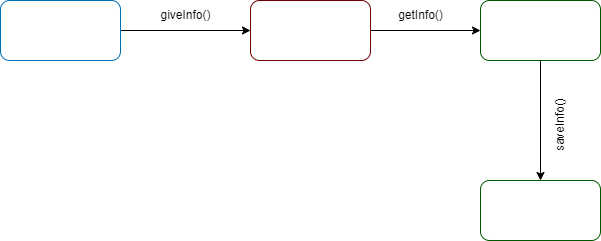
Above: UserCases/Collaboration Diagram Erli/CreateCommunity.png in Mateogjini14/Software_Design (draw.io), before the change. Source tidied: cells renumbered, new cells last; positions are measured from the earlier drawing's top-left corner, leaving out a move shared by most shapes.
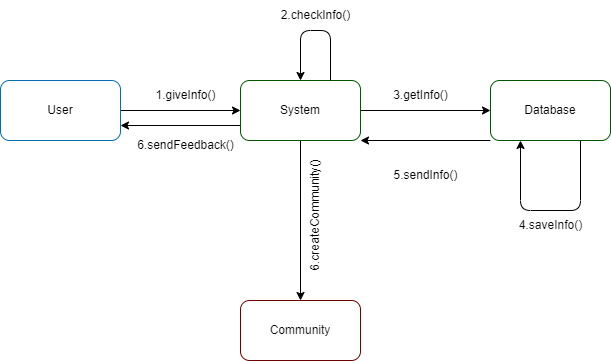
After the change.

Change to the diagram source:
```diff
@@ -2,35 +2,69 @@
   <root>
     <mxCell id="0" />
     <mxCell id="1" parent="0" />
-    <mxCell id="2" style="edgeStyle=none;html=1;exitX=1;exitY=0.5;exitDx=0;exitDy=0;entryX=0;entryY=0.5;entryDx=0;entryDy=0;" parent="1" edge="1" source="3" target="5">
-      <mxGeometry relative="1" as="geometry" />
-    </mxCell>
+    <mxCell id="12" style="edgeStyle=none;html=1;exitX=1;exitY=0.5;exitDx=0;exitDy=0;entryX=0;entryY=0.5;entryDx=0;entryDy=0;fontColor=#000000;" parent="1" edge="1" source="3" target="8">
+      <mxGeometry relative="1" as="geometry" />
+    </mxCell>
-    <mxCell id="3" value="User" style="rounded=1;whiteSpace=wrap;html=1;fillColor=none;fontColor=#ffffff;strokeColor=#006EAF;" parent="1" vertex="1">
-      <mxGeometry width="120" height="60" as="geometry" />
+    <mxCell id="3" value="&lt;font color=&quot;#000000&quot;&gt;User&lt;/font&gt;" style="rounded=1;whiteSpace=wrap;html=1;fillColor=none;fontColor=#ffffff;strokeColor=#006EAF;" parent="1" vertex="1">
+      <mxGeometry x="10" y="10" width="120" height="60" as="geometry" />
     </mxCell>
-    <mxCell id="4" style="edgeStyle=none;html=1;exitX=1;exitY=0.5;exitDx=0;exitDy=0;" parent="1" edge="1" source="5" target="8">
-      <mxGeometry relative="1" as="geometry" />
-    </mxCell>
-    <mxCell id="5" value="Community" style="rounded=1;whiteSpace=wrap;html=1;fillColor=none;fontColor=#ffffff;strokeColor=#6F0000;" parent="1" vertex="1">
-      <mxGeometry x="250" width="120" height="60" as="geometry" />
+    <mxCell id="5" value="&lt;font color=&quot;#0d0c0c&quot;&gt;Community&lt;/font&gt;" style="rounded=1;whiteSpace=wrap;html=1;fillColor=none;fontColor=#ffffff;strokeColor=#6F0000;" parent="1" vertex="1">
+      <mxGeometry x="250" y="230" width="120" height="60" as="geometry" />
     </mxCell>
-    <mxCell id="6" value="giveInfo()" style="text;html=1;align=center;verticalAlign=middle;strokeColor=none;fillColor=none;" parent="1" vertex="1">
-      <mxGeometry x="150" width="70" height="30" as="geometry" />
-    </mxCell>
+    <mxCell id="13" value="1.giveInfo()" style="text;html=1;align=center;verticalAlign=middle;strokeColor=none;fillColor=none;" parent="1" vertex="1">
+      <mxGeometry x="155" y="10" width="80" height="30" as="geometry" />
+    </mxCell>
-    <mxCell id="7" style="edgeStyle=none;html=1;exitX=0.5;exitY=1;exitDx=0;exitDy=0;entryX=0.5;entryY=0;entryDx=0;entryDy=0;" parent="1" edge="1" source="8" target="10">
+    <mxCell id="7" style="edgeStyle=none;html=1;exitX=1;exitY=0.5;exitDx=0;exitDy=0;entryX=0;entryY=0.5;entryDx=0;entryDy=0;fontColor=#000000;" parent="1" edge="1" source="8" target="10">
       <mxGeometry relative="1" as="geometry" />
     </mxCell>
+    <mxCell id="14" style="edgeStyle=none;html=1;exitX=0.5;exitY=1;exitDx=0;exitDy=0;entryX=0.5;entryY=0;entryDx=0;entryDy=0;fontColor=#000000;" parent="1" edge="1" source="8" target="5">
+      <mxGeometry relative="1" as="geometry" />
+    </mxCell>
+    <mxCell id="15" style="edgeStyle=none;html=1;exitX=0;exitY=0.75;exitDx=0;exitDy=0;entryX=1;entryY=0.75;entryDx=0;entryDy=0;fontColor=#000000;" parent="1" edge="1" source="8" target="3">
+      <mxGeometry relative="1" as="geometry" />
+    </mxCell>
-    <mxCell id="8" value="System" style="rounded=1;whiteSpace=wrap;html=1;fillColor=none;fontColor=#ffffff;strokeColor=#005700;" parent="1" vertex="1">
-      <mxGeometry x="480" width="120" height="60" as="geometry" />
+    <mxCell id="8" value="&lt;font color=&quot;#000000&quot;&gt;System&lt;/font&gt;" style="rounded=1;whiteSpace=wrap;html=1;fillColor=none;fontColor=#ffffff;strokeColor=#005700;" parent="1" vertex="1">
+      <mxGeometry x="250" y="10" width="120" height="60" as="geometry" />
     </mxCell>
-    <mxCell id="9" value="getInfo()" style="text;html=1;align=center;verticalAlign=middle;strokeColor=none;fillColor=none;" parent="1" vertex="1">
-      <mxGeometry x="385" width="70" height="30" as="geometry" />
-    </mxCell>
+    <mxCell id="16" value="3.getInfo()" style="text;html=1;align=center;verticalAlign=middle;strokeColor=none;fillColor=none;" parent="1" vertex="1">
+      <mxGeometry x="390" y="10" width="80" height="30" as="geometry" />
+    </mxCell>
+    <mxCell id="17" style="edgeStyle=none;html=1;exitX=0;exitY=1;exitDx=0;exitDy=0;entryX=1;entryY=1;entryDx=0;entryDy=0;fontColor=#000000;" parent="1" edge="1" source="10" target="8">
+      <mxGeometry relative="1" as="geometry" />
+    </mxCell>
-    <mxCell id="10" value="Database" style="rounded=1;whiteSpace=wrap;html=1;fillColor=none;fontColor=#ffffff;strokeColor=#005700;" parent="1" vertex="1">
-      <mxGeometry x="480" y="180" width="120" height="60" as="geometry" />
+    <mxCell id="10" value="&lt;font color=&quot;#000000&quot;&gt;Database&lt;/font&gt;" style="rounded=1;whiteSpace=wrap;html=1;fillColor=none;fontColor=#ffffff;strokeColor=#005700;" parent="1" vertex="1">
+      <mxGeometry x="500" y="10" width="120" height="60" as="geometry" />
     </mxCell>
-    <mxCell id="11" value="saveInfo()" style="text;html=1;align=center;verticalAlign=middle;strokeColor=none;fillColor=none;rotation=270;" parent="1" vertex="1">
-      <mxGeometry x="520" y="110" width="80" height="30" as="geometry" />
-    </mxCell>
+    <mxCell id="18" value="5.sendInfo()" style="text;html=1;align=center;verticalAlign=middle;strokeColor=none;fillColor=none;rotation=0;" parent="1" vertex="1">
+      <mxGeometry x="390" y="90" width="90" height="30" as="geometry" />
+    </mxCell>
+    <mxCell id="19" style="edgeStyle=none;html=1;exitX=0.75;exitY=1;exitDx=0;exitDy=0;entryX=0.25;entryY=1;entryDx=0;entryDy=0;fontColor=#0d0c0c;" parent="1" edge="1" source="10" target="10">
+      <mxGeometry relative="1" as="geometry">
+        <Array as="points">
+          <mxPoint x="590" y="140" />
+          <mxPoint x="530" y="140" />
+        </Array>
+      </mxGeometry>
+    </mxCell>
+    <mxCell id="20" value="4.saveInfo()" style="text;html=1;align=center;verticalAlign=middle;strokeColor=none;fillColor=none;fontColor=#0d0c0c;" parent="1" vertex="1">
+      <mxGeometry x="515" y="140" width="90" height="30" as="geometry" />
+    </mxCell>
+    <mxCell id="21" style="edgeStyle=none;html=1;exitX=0.75;exitY=0;exitDx=0;exitDy=0;entryX=0.5;entryY=0;entryDx=0;entryDy=0;fontColor=#000000;" parent="1" edge="1" source="8" target="8">
+      <mxGeometry relative="1" as="geometry">
+        <Array as="points">
+          <mxPoint x="340" y="-40" />
+          <mxPoint x="310" y="-40" />
+        </Array>
+      </mxGeometry>
+    </mxCell>
+    <mxCell id="22" value="2.checkInfo()" style="text;html=1;align=center;verticalAlign=middle;strokeColor=none;fillColor=none;fontColor=#000000;" parent="1" vertex="1">
+      <mxGeometry x="280" y="-70" width="90" height="30" as="geometry" />
+    </mxCell>
+    <mxCell id="23" value="6.sendFeedback()" style="text;html=1;align=center;verticalAlign=middle;strokeColor=none;fillColor=none;fontColor=#000000;rotation=0;" parent="1" vertex="1">
+      <mxGeometry x="135" y="60" width="120" height="30" as="geometry" />
+    </mxCell>
+    <mxCell id="24" value="6.createCommunity()" style="text;html=1;align=center;verticalAlign=middle;strokeColor=none;fillColor=none;fontColor=#000000;rotation=-90;" parent="1" vertex="1">
+      <mxGeometry x="255" y="130" width="140" height="30" as="geometry" />
+    </mxCell>
   </root>
 </mxGraphModel>
```
